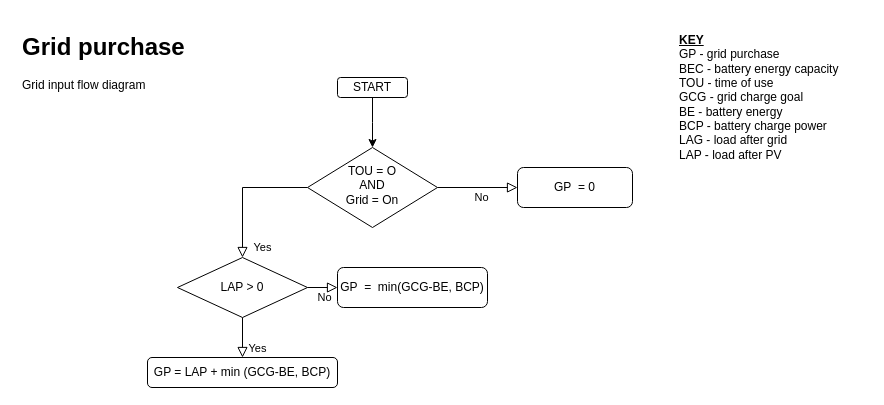
This is page "s&p_gridPurchase" (2 of 8) of microGridSimulator.drawio from hanbu62/diagrams, a draw.io file, before an edit. Source tidied: cells renumbered, new cells numbered last; positions are measured from the earlier drawing's top-left corner, leaving out a move shared by most shapes. Both pictures are drawn from the tidied source at 100%, with x=0, y=0 at pixel (17, 27).
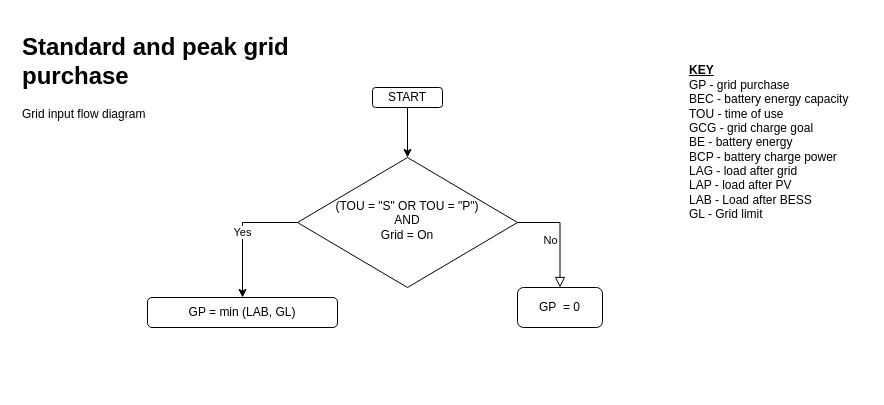
Above is the later version.

Change to the diagram source:
```diff
@@
 <mxGraphModel>
   <root>
     <mxCell id="0" />
     <mxCell id="1" parent="0" />
-    <mxCell id="2" value="Yes" style="rounded=0;html=1;jettySize=auto;fontSize=11;endArrow=block;endFill=0;endSize=8;strokeWidth=1;shadow=0;labelBackgroundColor=none;edgeStyle=orthogonalEdgeStyle;entryX=0.5;entryY=0;entryDx=0;entryDy=0;exitX=0;exitY=0.5;exitDx=0;exitDy=0;" parent="1" edge="1" source="4" target="6">
-      <mxGeometry x="0.85" y="20" relative="1" as="geometry">
-        <Array as="points">
-          <mxPoint x="225" y="160" />
-        </Array>
-      </mxGeometry>
-    </mxCell>
-    <mxCell id="3" value="No" style="edgeStyle=orthogonalEdgeStyle;rounded=0;html=1;jettySize=auto;fontSize=11;endArrow=block;endFill=0;endSize=8;strokeWidth=1;shadow=0;labelBackgroundColor=none;exitX=1;exitY=0.5;exitDx=0;exitDy=0;entryX=0;entryY=0.5;entryDx=0;entryDy=0;" parent="1" edge="1" source="4" target="9">
+    <mxCell id="3" value="No" style="edgeStyle=orthogonalEdgeStyle;rounded=0;html=1;jettySize=auto;fontSize=11;endArrow=block;endFill=0;endSize=8;strokeWidth=1;shadow=0;labelBackgroundColor=none;exitX=1;exitY=0.5;exitDx=0;exitDy=0;entryX=0.5;entryY=0;entryDx=0;entryDy=0;" parent="1" edge="1" source="4" target="9">
       <mxGeometry x="0.11" y="-10" relative="1" as="geometry" />
     </mxCell>
+    <mxCell id="15" value="Yes" style="edgeStyle=orthogonalEdgeStyle;rounded=0;jettySize=auto;html=1;entryX=0.5;entryY=0;entryDx=0;entryDy=0;exitX=0;exitY=0.5;exitDx=0;exitDy=0;" parent="1" edge="1" source="4" target="12">
+      <mxGeometry relative="1" as="geometry" />
+    </mxCell>
-    <mxCell id="4" value="TOU = O&lt;br&gt;AND&lt;br&gt;Grid = On" style="rhombus;whiteSpace=wrap;html=1;shadow=0;fontFamily=Helvetica;fontSize=12;align=center;strokeWidth=1;spacing=6;spacingTop=-4;" parent="1" vertex="1">
-      <mxGeometry x="290" y="120" width="130" height="80" as="geometry" />
+    <mxCell id="4" value="(TOU = &quot;S&quot; OR TOU = &quot;P&quot;)&lt;br&gt;AND&lt;br&gt;Grid = On" style="rhombus;whiteSpace=wrap;html=1;shadow=0;fontFamily=Helvetica;fontSize=12;align=center;strokeWidth=1;spacing=6;spacingTop=-4;" parent="1" vertex="1">
+      <mxGeometry x="280" y="130" width="220" height="130" as="geometry" />
     </mxCell>
-    <mxCell id="5" value="Yes" style="edgeStyle=none;rounded=0;jettySize=auto;html=1;endArrow=block;endFill=0;startSize=6;endSize=8;" parent="1" edge="1" source="6" target="12">
-      <mxGeometry x="0.56" y="15" relative="1" as="geometry" />
-    </mxCell>
-    <mxCell id="6" value="LAP &amp;gt; 0" style="rhombus;whiteSpace=wrap;html=1;" parent="1" vertex="1">
-      <mxGeometry x="160" y="230" width="130" height="60" as="geometry" />
-    </mxCell>
-    <mxCell id="7" style="edgeStyle=orthogonalEdgeStyle;rounded=0;jettySize=auto;html=1;" parent="1" edge="1" source="8">
-      <mxGeometry relative="1" as="geometry">
-        <mxPoint x="355" y="120" as="targetPoint" />
-      </mxGeometry>
+    <mxCell id="7" style="edgeStyle=orthogonalEdgeStyle;rounded=0;jettySize=auto;html=1;entryX=0.5;entryY=0;entryDx=0;entryDy=0;" parent="1" edge="1" source="8" target="4">
+      <mxGeometry relative="1" as="geometry" />
     </mxCell>
     <mxCell id="8" value="START" style="rounded=1;whiteSpace=wrap;html=1;" parent="1" vertex="1">
-      <mxGeometry x="320" y="50" width="70" height="20" as="geometry" />
+      <mxGeometry x="355" y="60" width="70" height="20" as="geometry" />
     </mxCell>
     <mxCell id="9" value="GP&amp;nbsp; = 0" style="rounded=1;whiteSpace=wrap;html=1;" parent="1" vertex="1">
-      <mxGeometry x="500" y="140" width="115" height="40" as="geometry" />
+      <mxGeometry x="500" y="260" width="85" height="40" as="geometry" />
     </mxCell>
-    <mxCell id="10" value="No" style="edgeStyle=orthogonalEdgeStyle;rounded=0;html=1;jettySize=auto;fontSize=11;endArrow=block;endFill=0;endSize=8;strokeWidth=1;shadow=0;labelBackgroundColor=none;exitX=1;exitY=0.5;exitDx=0;exitDy=0;entryX=0;entryY=0.5;entryDx=0;entryDy=0;" parent="1" edge="1" source="6" target="11">
-      <mxGeometry x="0.11" y="-10" relative="1" as="geometry" />
-    </mxCell>
-    <mxCell id="11" value="GP&amp;nbsp; =&amp;nbsp; min(GCG-BE, BCP)" style="rounded=1;whiteSpace=wrap;html=1;" parent="1" vertex="1">
-      <mxGeometry x="320" y="240" width="150" height="40" as="geometry" />
-    </mxCell>
-    <mxCell id="12" value="GP = LAP + min (GCG-BE, BCP)" style="rounded=1;whiteSpace=wrap;html=1;" parent="1" vertex="1">
-      <mxGeometry x="130" y="330" width="190" height="30" as="geometry" />
+    <mxCell id="12" value="GP = min (LAB, GL)" style="rounded=1;whiteSpace=wrap;html=1;" parent="1" vertex="1">
+      <mxGeometry x="130" y="270" width="190" height="30" as="geometry" />
     </mxCell>
-    <mxCell id="13" value="&lt;h1&gt;Grid purchase&lt;/h1&gt;&lt;p&gt;Grid input flow diagram&lt;/p&gt;" style="text;html=1;strokeColor=none;fillColor=none;spacing=5;spacingTop=-20;whiteSpace=wrap;overflow=hidden;rounded=0;" parent="1" vertex="1">
-      <mxGeometry width="190" height="120" as="geometry" />
+    <mxCell id="13" value="&lt;h1&gt;Standard and peak grid purchase&lt;/h1&gt;&lt;p&gt;Grid input flow diagram&lt;/p&gt;" style="text;html=1;strokeColor=none;fillColor=none;spacing=5;spacingTop=-20;whiteSpace=wrap;overflow=hidden;rounded=0;" parent="1" vertex="1">
+      <mxGeometry width="300" height="120" as="geometry" />
     </mxCell>
-    <mxCell id="14" value="&lt;b&gt;&lt;u&gt;KEY&lt;/u&gt;&lt;/b&gt;&lt;br&gt;GP - grid purchase&lt;br&gt;BEC - battery energy capacity&lt;br&gt;TOU - time of use&lt;br&gt;GCG - grid charge goal&lt;br&gt;BE - battery energy&amp;nbsp;&lt;br&gt;BCP - battery charge power&lt;br&gt;LAG - load after grid&lt;br&gt;LAP - load after PV" style="text;html=1;align=left;verticalAlign=middle;strokeColor=none;fillColor=none;" parent="1" vertex="1">
-      <mxGeometry x="660" y="5" width="160" height="130" as="geometry" />
+    <mxCell id="14" value="&lt;b&gt;&lt;u&gt;KEY&lt;/u&gt;&lt;/b&gt;&lt;br&gt;GP - grid purchase&lt;br&gt;BEC - battery energy capacity&lt;br&gt;TOU - time of use&lt;br&gt;GCG - grid charge goal&lt;br&gt;BE - battery energy&amp;nbsp;&lt;br&gt;BCP - battery charge power&lt;br&gt;LAG - load after grid&lt;br&gt;LAP - load after PV&lt;br&gt;LAB - Load after BESS&lt;br&gt;GL - Grid limit" style="text;html=1;align=left;verticalAlign=middle;strokeColor=none;fillColor=none;" parent="1" vertex="1">
+      <mxGeometry x="670" y="30" width="180" height="170" as="geometry" />
     </mxCell>
   </root>
 </mxGraphModel>
```
